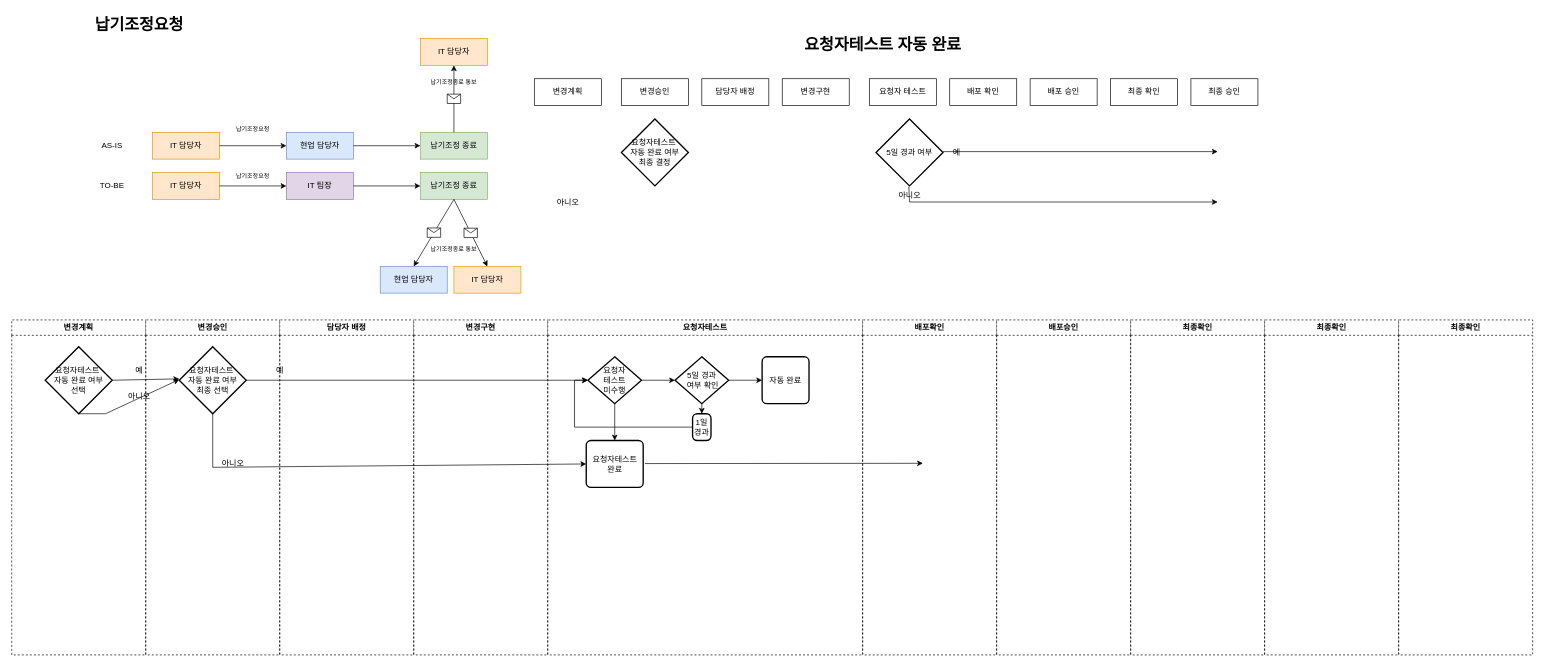
The draw.io diagram 제목 없는 다이어그램.drawio in eoaud0012/Diagram, before the edit. Source tidied: cells renumbered, new cells numbered last; positions are measured from the earlier drawing's top-left corner, leaving out a move shared by most shapes. Both pictures are drawn from the tidied source at 67%, with x=0, y=0 at pixel (11, 11).
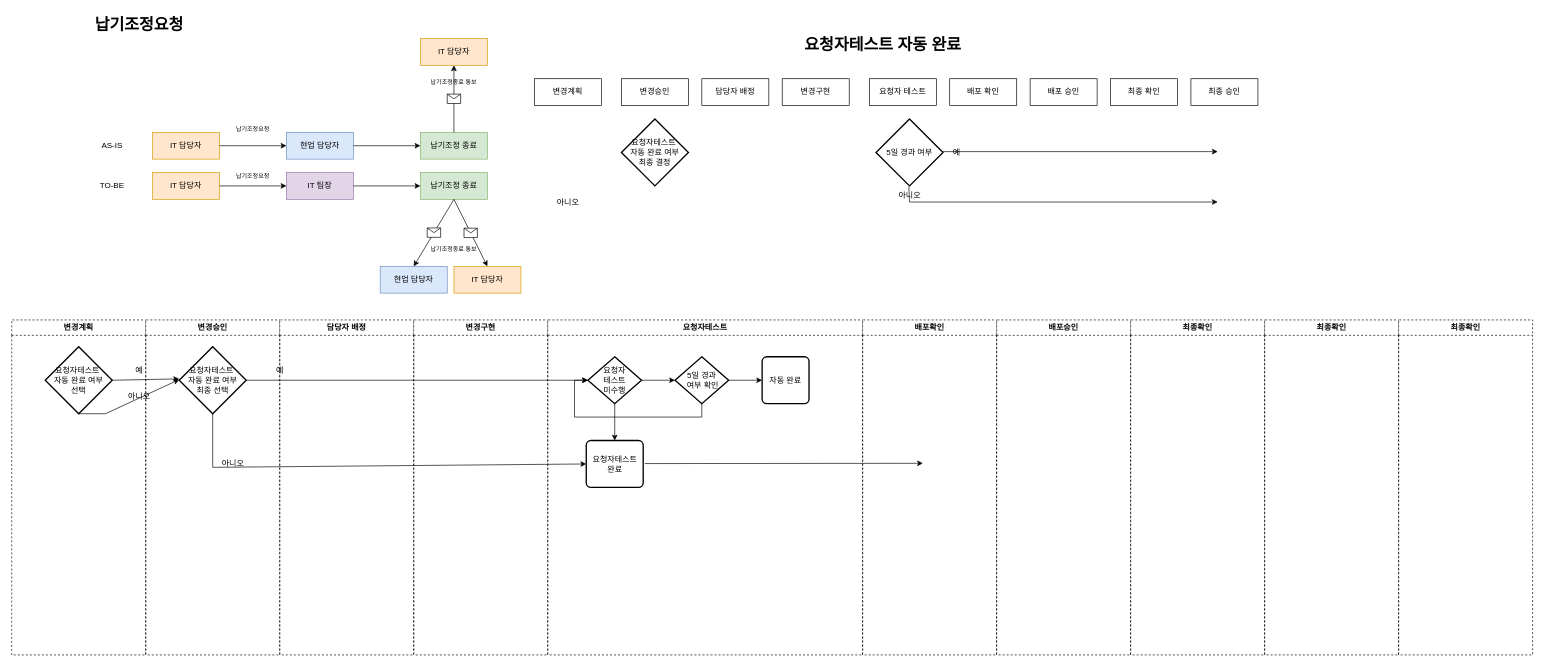
Above is the later version.

Commit message:
제목 없는 다이어그램.drawio 업데이트(2304041730)

Unchanged cells that the change refers to:
```xml
<mxCell id="55" value="요청자테스트" style="swimlane;whiteSpace=wrap;html=1;dashed=1;startSize=23;" parent="1" vertex="1">
  <mxGeometry x="800" y="460" width="470" height="500" as="geometry" />
</mxCell>
<mxCell id="56" value="5일 경과&lt;br&gt;&amp;nbsp;여부 확인" style="strokeWidth=2;html=1;shape=mxgraph.flowchart.decision;whiteSpace=wrap;" parent="55" vertex="1">
  <mxGeometry x="190" y="55" width="80" height="70" as="geometry" />
</mxCell>
<mxCell id="60" value="요청자&lt;br&gt;테스트&lt;br&gt;미수행" style="strokeWidth=2;html=1;shape=mxgraph.flowchart.decision;whiteSpace=wrap;" parent="55" vertex="1">
  <mxGeometry x="60" y="55" width="80" height="70" as="geometry" />
</mxCell>
```

Change to the diagram source:
```diff
@@
-    <mxCell id="62" value="1일 경과" style="rounded=1;whiteSpace=wrap;html=1;absoluteArcSize=1;arcSize=14;strokeWidth=2;" parent="55" vertex="1">
-      <mxGeometry x="216.2" y="140" width="27.5" height="40" as="geometry" />
-    </mxCell>
-    <mxCell id="63" style="edgeStyle=orthogonalEdgeStyle;rounded=0;jettySize=auto;html=1;entryX=0;entryY=0.5;entryDx=0;entryDy=0;entryPerimeter=0;exitX=0;exitY=0.5;exitDx=0;exitDy=0;" parent="55" edge="1" source="62" target="60">
-      <mxGeometry relative="1" as="geometry" />
+    <mxCell id="63" style="edgeStyle=orthogonalEdgeStyle;rounded=0;jettySize=auto;html=1;entryX=0;entryY=0.5;entryDx=0;entryDy=0;entryPerimeter=0;exitX=0.5;exitY=1;exitDx=0;exitDy=0;exitPerimeter=0;" parent="55" edge="1" source="56" target="60">
+      <mxGeometry relative="1" as="geometry">
+        <Array as="points">
+          <mxPoint x="230" y="145" />
+          <mxPoint x="40" y="145" />
+          <mxPoint x="40" y="90" />
+        </Array>
+      </mxGeometry>
     </mxCell>
@@
-    <mxCell id="75" style="edgeStyle=orthogonalEdgeStyle;rounded=0;jettySize=auto;html=1;exitX=0.5;exitY=1;exitDx=0;exitDy=0;exitPerimeter=0;" parent="1" edge="1" source="56">
-      <mxGeometry relative="1" as="geometry">
-        <mxPoint x="1030" y="600" as="targetPoint" />
-      </mxGeometry>
-    </mxCell>
```
